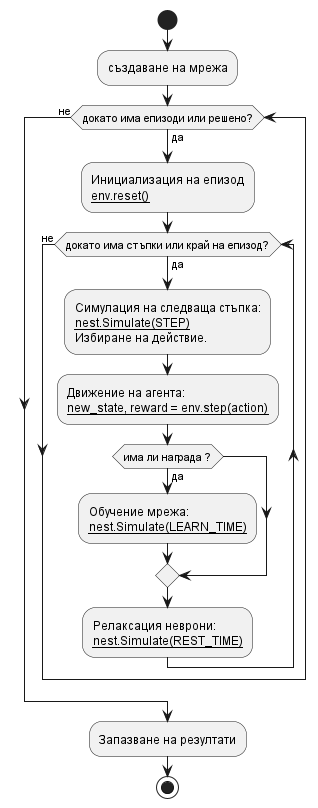
Earlier version of the PlantUML export doc/high-level-block-diagram_bg.png (borkox/uni-sofia-pre-masters-project). Its diagram source:
```plantuml
@startuml

start
:създаване на мрежа;
while (докато има епизоди или решено?) is (да)
    :Инициализация на епизод
    __env.reset()__;

    while (докато има стъпки или край на епизод?) is (да)
      :Симулация на следваща стъпка:
      __nest.Simulate(STEP)__
      Избиране на действие.;
      :Движение на агента:
      __new_state, reward = env.step(action)__;
      if (има ли награда ?) then (да)
        :Обучение мрежа:
        __nest.Simulate(LEARN_TIME)__;
      endif
      :Релаксация неврони:
      __nest.Simulate(REST_TIME)__;
    endwhile (не)
endwhile (не)

:Запазване на резултати;

stop

@enduml
```
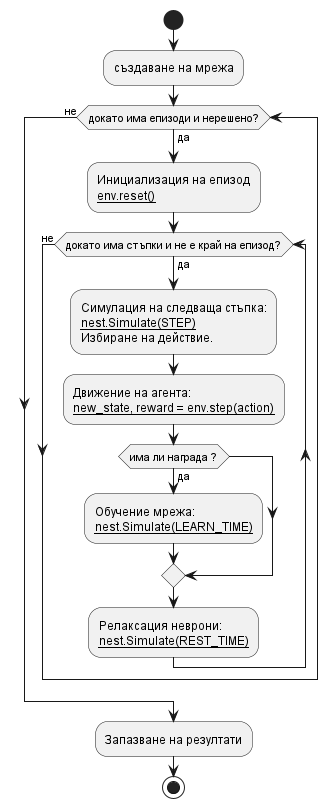
After the commit.

What changed in the source:
```diff
@@ -2,11 +2,11 @@
 
 start
 :създаване на мрежа;
-while (докато има епизоди или решено?) is (да)
+while (докато има епизоди и нерешено?) is (да)
     :Инициализация на епизод
     __env.reset()__;
 
-    while (докато има стъпки или край на епизод?) is (да)
+    while (докато има стъпки и не е край на епизод?) is (да)
       :Симулация на следваща стъпка:
       __nest.Simulate(STEP)__
       Избиране на действие.;
```
